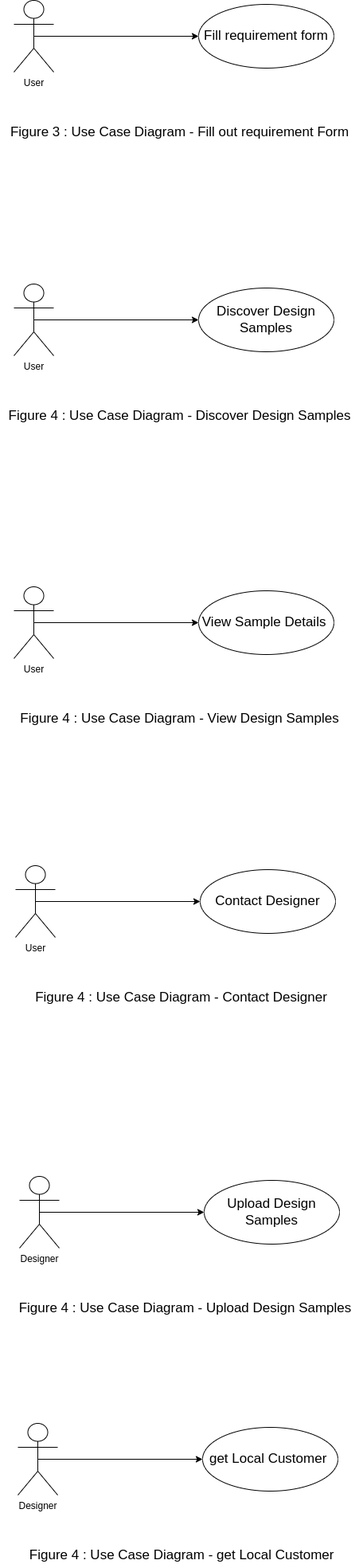
This is Use Case 2 Fill out frorm .drawio.png from Tayyba-Dev/Interior-Recommendation, a draw.io export, as it was before one commit. Source tidied: cells renumbered, new cells last; positions are measured from the earlier drawing's top-left corner, leaving out a move shared by most shapes. Its diagram source:
```xml
<mxGraphModel>
  <root>
    <mxCell id="0" />
    <mxCell id="1" parent="0" />
    <mxCell id="2" style="edgeStyle=orthogonalEdgeStyle;rounded=0;jettySize=auto;html=1;exitX=0.5;exitY=0.5;exitDx=0;exitDy=0;exitPerimeter=0;entryX=0;entryY=0.5;entryDx=0;entryDy=0;fontSize=17;" parent="1" edge="1" source="3" target="4">
      <mxGeometry relative="1" as="geometry" />
    </mxCell>
    <mxCell id="3" value="User" style="shape=umlActor;verticalLabelPosition=bottom;verticalAlign=top;html=1;outlineConnect=0;" parent="1" vertex="1">
      <mxGeometry x="17" width="50" height="90" as="geometry" />
    </mxCell>
    <mxCell id="4" value="&lt;span style=&quot;font-size: 17px;&quot;&gt;Fill requirement form&lt;/span&gt;" style="ellipse;whiteSpace=wrap;html=1;fontSize=13;" parent="1" vertex="1">
      <mxGeometry x="249" y="5" width="170" height="80" as="geometry" />
    </mxCell>
    <mxCell id="5" value="Figure 3 : Use Case Diagram - Fill out requirement Form" style="text;html=1;align=center;verticalAlign=middle;strokeColor=none;fillColor=none;fontSize=17;" parent="1" vertex="1">
      <mxGeometry x="5" y="151" width="440" height="30" as="geometry" />
    </mxCell>
    <mxCell id="6" style="edgeStyle=orthogonalEdgeStyle;rounded=0;jettySize=auto;html=1;exitX=0.5;exitY=0.5;exitDx=0;exitDy=0;exitPerimeter=0;entryX=0;entryY=0.5;entryDx=0;entryDy=0;fontSize=17;" parent="1" edge="1" source="7" target="8">
      <mxGeometry relative="1" as="geometry" />
    </mxCell>
    <mxCell id="7" value="User" style="shape=umlActor;verticalLabelPosition=bottom;verticalAlign=top;html=1;outlineConnect=0;" parent="1" vertex="1">
      <mxGeometry x="17" y="356" width="50" height="90" as="geometry" />
    </mxCell>
    <mxCell id="8" value="&lt;span style=&quot;font-size: 17px;&quot;&gt;Discover Design&lt;br&gt;Samples&lt;br&gt;&lt;/span&gt;" style="ellipse;whiteSpace=wrap;html=1;fontSize=13;" parent="1" vertex="1">
      <mxGeometry x="249" y="361" width="170" height="80" as="geometry" />
    </mxCell>
    <mxCell id="9" value="Figure 4 : Use Case Diagram -&amp;nbsp;&lt;span style=&quot;&quot;&gt;Discover Design&amp;nbsp;&lt;/span&gt;&lt;span style=&quot;&quot;&gt;Samples&lt;/span&gt;" style="text;html=1;align=center;verticalAlign=middle;strokeColor=none;fillColor=none;fontSize=17;" parent="1" vertex="1">
      <mxGeometry y="507" width="450" height="30" as="geometry" />
    </mxCell>
    <mxCell id="10" style="edgeStyle=orthogonalEdgeStyle;rounded=0;jettySize=auto;html=1;exitX=0.5;exitY=0.5;exitDx=0;exitDy=0;exitPerimeter=0;entryX=0;entryY=0.5;entryDx=0;entryDy=0;fontSize=17;" parent="1" edge="1" source="11" target="12">
      <mxGeometry relative="1" as="geometry" />
    </mxCell>
    <mxCell id="11" value="User" style="shape=umlActor;verticalLabelPosition=bottom;verticalAlign=top;html=1;outlineConnect=0;" parent="1" vertex="1">
      <mxGeometry x="17" y="736" width="50" height="90" as="geometry" />
    </mxCell>
    <mxCell id="12" value="&lt;span style=&quot;font-size: 17px;&quot;&gt;View Sample Details&amp;nbsp;&lt;br&gt;&lt;/span&gt;" style="ellipse;whiteSpace=wrap;html=1;fontSize=13;" parent="1" vertex="1">
      <mxGeometry x="249" y="741" width="170" height="80" as="geometry" />
    </mxCell>
    <mxCell id="13" value="Figure 4 : Use Case Diagram - View Design&lt;span style=&quot;&quot;&gt;&amp;nbsp;&lt;/span&gt;&lt;span style=&quot;&quot;&gt;Samples&lt;/span&gt;" style="text;html=1;align=center;verticalAlign=middle;strokeColor=none;fillColor=none;fontSize=17;" parent="1" vertex="1">
      <mxGeometry x="15" y="887" width="420" height="30" as="geometry" />
    </mxCell>
    <mxCell id="14" style="edgeStyle=orthogonalEdgeStyle;rounded=0;jettySize=auto;html=1;exitX=0.5;exitY=0.5;exitDx=0;exitDy=0;exitPerimeter=0;entryX=0;entryY=0.5;entryDx=0;entryDy=0;fontSize=17;" parent="1" edge="1" source="15" target="16">
      <mxGeometry relative="1" as="geometry" />
    </mxCell>
    <mxCell id="15" value="User" style="shape=umlActor;verticalLabelPosition=bottom;verticalAlign=top;html=1;outlineConnect=0;" parent="1" vertex="1">
      <mxGeometry x="19" y="1086" width="50" height="90" as="geometry" />
    </mxCell>
    <mxCell id="16" value="&lt;span style=&quot;font-size: 17px;&quot;&gt;Contact Designer&lt;br&gt;&lt;/span&gt;" style="ellipse;whiteSpace=wrap;html=1;fontSize=13;" parent="1" vertex="1">
      <mxGeometry x="251" y="1091" width="170" height="80" as="geometry" />
    </mxCell>
    <mxCell id="17" value="Figure 4 : Use Case Diagram - Contact Designer" style="text;html=1;align=center;verticalAlign=middle;strokeColor=none;fillColor=none;fontSize=17;" parent="1" vertex="1">
      <mxGeometry x="37" y="1237" width="380" height="30" as="geometry" />
    </mxCell>
    <mxCell id="18" style="edgeStyle=orthogonalEdgeStyle;rounded=0;jettySize=auto;html=1;exitX=0.5;exitY=0.5;exitDx=0;exitDy=0;exitPerimeter=0;entryX=0;entryY=0.5;entryDx=0;entryDy=0;fontSize=17;" parent="1" edge="1" source="19" target="20">
      <mxGeometry relative="1" as="geometry" />
    </mxCell>
    <mxCell id="19" value="Designer" style="shape=umlActor;verticalLabelPosition=bottom;verticalAlign=top;html=1;outlineConnect=0;" parent="1" vertex="1">
      <mxGeometry x="24" y="1476" width="50" height="90" as="geometry" />
    </mxCell>
    <mxCell id="20" value="&lt;span style=&quot;font-size: 17px;&quot;&gt;Upload Design Samples&lt;br&gt;&lt;/span&gt;" style="ellipse;whiteSpace=wrap;html=1;fontSize=13;" parent="1" vertex="1">
      <mxGeometry x="256" y="1481" width="170" height="80" as="geometry" />
    </mxCell>
    <mxCell id="21" value="Figure 4 : Use Case Diagram - Upload Design Samples" style="text;html=1;align=center;verticalAlign=middle;strokeColor=none;fillColor=none;fontSize=17;" parent="1" vertex="1">
      <mxGeometry x="17" y="1627" width="430" height="30" as="geometry" />
    </mxCell>
    <mxCell id="22" style="edgeStyle=orthogonalEdgeStyle;rounded=0;jettySize=auto;html=1;exitX=0.5;exitY=0.5;exitDx=0;exitDy=0;exitPerimeter=0;entryX=0;entryY=0.5;entryDx=0;entryDy=0;fontSize=17;" parent="1" edge="1" source="23" target="24">
      <mxGeometry relative="1" as="geometry" />
    </mxCell>
    <mxCell id="23" value="Designer" style="shape=umlActor;verticalLabelPosition=bottom;verticalAlign=top;html=1;outlineConnect=0;" parent="1" vertex="1">
      <mxGeometry x="22" y="1786" width="50" height="90" as="geometry" />
    </mxCell>
    <mxCell id="24" value="&lt;span style=&quot;font-size: 17px;&quot;&gt;get Local Customer&amp;nbsp;&lt;br&gt;&lt;/span&gt;" style="ellipse;whiteSpace=wrap;html=1;fontSize=13;" parent="1" vertex="1">
      <mxGeometry x="254" y="1791" width="170" height="80" as="geometry" />
    </mxCell>
    <mxCell id="25" value="Figure 4 : Use Case Diagram -&amp;nbsp;&lt;span style=&quot;&quot;&gt;get Local Customer&amp;nbsp;&lt;/span&gt;" style="text;html=1;align=center;verticalAlign=middle;strokeColor=none;fillColor=none;fontSize=17;" parent="1" vertex="1">
      <mxGeometry x="30" y="1937" width="400" height="30" as="geometry" />
    </mxCell>
  </root>
</mxGraphModel>
```
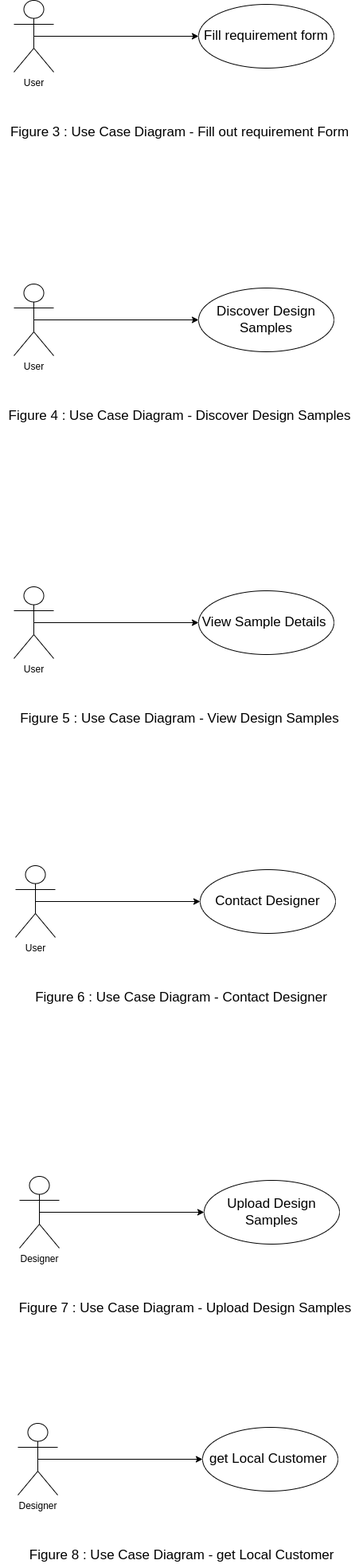
The same file after the commit.

The edit, as a diff of the source:
```diff
@@ -35,7 +35,7 @@
     <mxCell id="12" value="&lt;span style=&quot;font-size: 17px;&quot;&gt;View Sample Details&amp;nbsp;&lt;br&gt;&lt;/span&gt;" style="ellipse;whiteSpace=wrap;html=1;fontSize=13;" parent="1" vertex="1">
       <mxGeometry x="249" y="741" width="170" height="80" as="geometry" />
     </mxCell>
-    <mxCell id="13" value="Figure 4 : Use Case Diagram - View Design&lt;span style=&quot;&quot;&gt;&amp;nbsp;&lt;/span&gt;&lt;span style=&quot;&quot;&gt;Samples&lt;/span&gt;" style="text;html=1;align=center;verticalAlign=middle;strokeColor=none;fillColor=none;fontSize=17;" parent="1" vertex="1">
+    <mxCell id="13" value="Figure 5 : Use Case Diagram - View Design&lt;span style=&quot;&quot;&gt;&amp;nbsp;&lt;/span&gt;&lt;span style=&quot;&quot;&gt;Samples&lt;/span&gt;" style="text;html=1;align=center;verticalAlign=middle;strokeColor=none;fillColor=none;fontSize=17;" parent="1" vertex="1">
       <mxGeometry x="15" y="887" width="420" height="30" as="geometry" />
     </mxCell>
     <mxCell id="14" style="edgeStyle=orthogonalEdgeStyle;rounded=0;jettySize=auto;html=1;exitX=0.5;exitY=0.5;exitDx=0;exitDy=0;exitPerimeter=0;entryX=0;entryY=0.5;entryDx=0;entryDy=0;fontSize=17;" parent="1" edge="1" source="15" target="16">
@@ -47,7 +47,7 @@
     <mxCell id="16" value="&lt;span style=&quot;font-size: 17px;&quot;&gt;Contact Designer&lt;br&gt;&lt;/span&gt;" style="ellipse;whiteSpace=wrap;html=1;fontSize=13;" parent="1" vertex="1">
       <mxGeometry x="251" y="1091" width="170" height="80" as="geometry" />
     </mxCell>
-    <mxCell id="17" value="Figure 4 : Use Case Diagram - Contact Designer" style="text;html=1;align=center;verticalAlign=middle;strokeColor=none;fillColor=none;fontSize=17;" parent="1" vertex="1">
+    <mxCell id="17" value="Figure 6 : Use Case Diagram - Contact Designer" style="text;html=1;align=center;verticalAlign=middle;strokeColor=none;fillColor=none;fontSize=17;" parent="1" vertex="1">
       <mxGeometry x="37" y="1237" width="380" height="30" as="geometry" />
     </mxCell>
     <mxCell id="18" style="edgeStyle=orthogonalEdgeStyle;rounded=0;jettySize=auto;html=1;exitX=0.5;exitY=0.5;exitDx=0;exitDy=0;exitPerimeter=0;entryX=0;entryY=0.5;entryDx=0;entryDy=0;fontSize=17;" parent="1" edge="1" source="19" target="20">
@@ -59,7 +59,7 @@
     <mxCell id="20" value="&lt;span style=&quot;font-size: 17px;&quot;&gt;Upload Design Samples&lt;br&gt;&lt;/span&gt;" style="ellipse;whiteSpace=wrap;html=1;fontSize=13;" parent="1" vertex="1">
       <mxGeometry x="256" y="1481" width="170" height="80" as="geometry" />
     </mxCell>
-    <mxCell id="21" value="Figure 4 : Use Case Diagram - Upload Design Samples" style="text;html=1;align=center;verticalAlign=middle;strokeColor=none;fillColor=none;fontSize=17;" parent="1" vertex="1">
+    <mxCell id="21" value="Figure 7 : Use Case Diagram - Upload Design Samples" style="text;html=1;align=center;verticalAlign=middle;strokeColor=none;fillColor=none;fontSize=17;" parent="1" vertex="1">
       <mxGeometry x="17" y="1627" width="430" height="30" as="geometry" />
     </mxCell>
     <mxCell id="22" style="edgeStyle=orthogonalEdgeStyle;rounded=0;jettySize=auto;html=1;exitX=0.5;exitY=0.5;exitDx=0;exitDy=0;exitPerimeter=0;entryX=0;entryY=0.5;entryDx=0;entryDy=0;fontSize=17;" parent="1" edge="1" source="23" target="24">
@@ -71,7 +71,7 @@
     <mxCell id="24" value="&lt;span style=&quot;font-size: 17px;&quot;&gt;get Local Customer&amp;nbsp;&lt;br&gt;&lt;/span&gt;" style="ellipse;whiteSpace=wrap;html=1;fontSize=13;" parent="1" vertex="1">
       <mxGeometry x="254" y="1791" width="170" height="80" as="geometry" />
     </mxCell>
-    <mxCell id="25" value="Figure 4 : Use Case Diagram -&amp;nbsp;&lt;span style=&quot;&quot;&gt;get Local Customer&amp;nbsp;&lt;/span&gt;" style="text;html=1;align=center;verticalAlign=middle;strokeColor=none;fillColor=none;fontSize=17;" parent="1" vertex="1">
+    <mxCell id="25" value="Figure 8 : Use Case Diagram -&amp;nbsp;&lt;span style=&quot;&quot;&gt;get Local Customer&amp;nbsp;&lt;/span&gt;" style="text;html=1;align=center;verticalAlign=middle;strokeColor=none;fillColor=none;fontSize=17;" parent="1" vertex="1">
       <mxGeometry x="30" y="1937" width="400" height="30" as="geometry" />
     </mxCell>
   </root>
```
